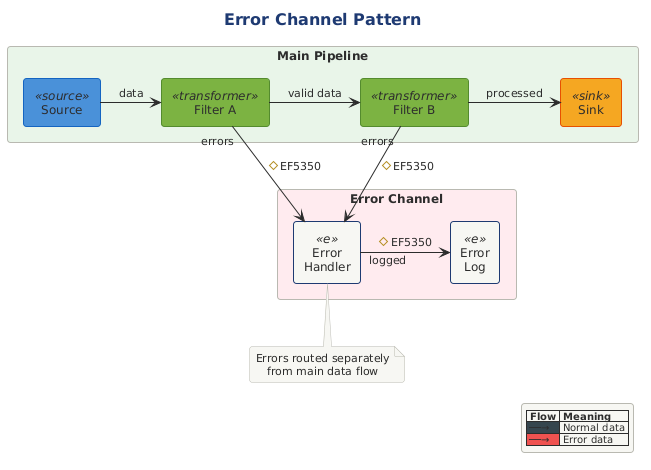
Before: src/architecture/views-and-beyond/style-catalogs/component-and-connector/pipe-and-filter-style/png/error-channel-pattern.png, a diagram exported from PlantUML (Notoriousjayy/latex-docs). Its diagram source:
```plantuml
@startuml

!$SOURCE_COLOR = "#4A90D9"
!$TRANSFORMER_COLOR = "#7CB342"
!$SINK_COLOR = "#F5A623"
!$SPLITTER_COLOR = "#00ACC1"
!$AGGREGATOR_COLOR = "#AB47BC"
!$ERROR_COLOR = "#EF5350"
!$TEE_COLOR = "#FF7043"
!$NEUTRAL_COLOR = "#455A64"

skinparam component {
    BackgroundColor #7CB342
    FontColor white
    BorderColor #558B2F
    BorderThickness 1
}

skinparam component<<source>> {
    BackgroundColor #4A90D9
    BorderColor #1565C0
}

skinparam component<<sink>> {
    BackgroundColor #F5A623
    BorderColor #E65100
}

skinparam component<<transformer>> {
    BackgroundColor #7CB342
    BorderColor #558B2F
}

skinparam component<<splitter>> {
    BackgroundColor #00ACC1
    BorderColor #00838F
}

skinparam component<<aggregator>> {
    BackgroundColor #AB47BC
    BorderColor #7B1FA2
}

skinparam component<<error>> {
    BackgroundColor #EF5350
    BorderColor #C62828
}

skinparam component<<tee>> {
    BackgroundColor #FF7043
    BorderColor #D84315
}

skinparam rectangle {
    BackgroundColor #FAFAFA
    BorderColor #90A4AE
    BorderThickness 1
}

skinparam package {
    BackgroundColor #F5F5F5
    BorderColor #666666
}

skinparam queue {
    BackgroundColor #FFF9C4
    BorderColor #F9A825
}




!include ../../../../../../tooling/styles/plantuml/structural/component-diagram-style.iuml

title Error Channel Pattern

rectangle "Main Pipeline" #E8F5E9 {
    [Source] <<source>> as Source
    [Filter A] <<transformer>> as FilterA
    [Filter B] <<transformer>> as FilterB
    [Sink] <<sink>> as Sink
}

rectangle "Error Channel" #FFEBEE {
    [Error\nHandler] <<e>> as ErrorHandler
    [Error\nLog] <<e>> as ErrorLog
}

Source -right-> FilterA : "data"
FilterA -right-> FilterB : "valid data"
FilterB -right-> Sink : "processed"

FilterA -down-> ErrorHandler : "errors" #EF5350
FilterB -down-> ErrorHandler : "errors" #EF5350
ErrorHandler -right-> ErrorLog : "logged" #EF5350

note bottom of ErrorHandler
    Errors routed separately
    from main data flow
end note

legend right
  |= Flow |= Meaning |
  | <#37474F> ──→ | Normal data |
  | <#EF5350> ──→ | Error data |
endlegend

@enduml
```
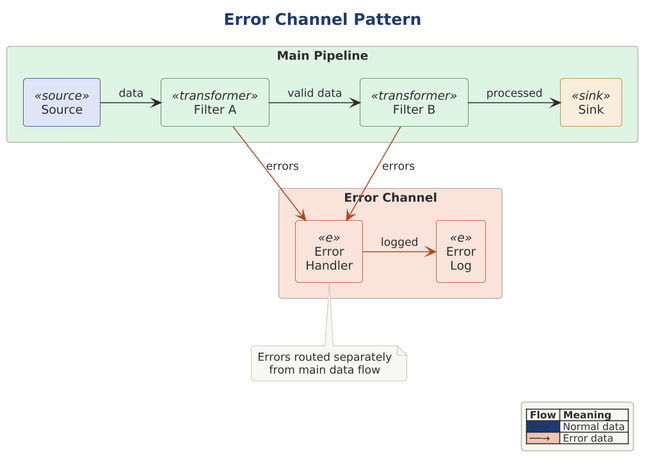
After the commit.

Diff of the diagram source:
```diff
@@ -1,87 +1,19 @@
 @startuml
-
-!$SOURCE_COLOR = "#4A90D9"
-!$TRANSFORMER_COLOR = "#7CB342"
-!$SINK_COLOR = "#F5A623"
-!$SPLITTER_COLOR = "#00ACC1"
-!$AGGREGATOR_COLOR = "#AB47BC"
-!$ERROR_COLOR = "#EF5350"
-!$TEE_COLOR = "#FF7043"
-!$NEUTRAL_COLOR = "#455A64"
-
-skinparam component {
-    BackgroundColor #7CB342
-    FontColor white
-    BorderColor #558B2F
-    BorderThickness 1
-}
-
-skinparam component<<source>> {
-    BackgroundColor #4A90D9
-    BorderColor #1565C0
-}
-
-skinparam component<<sink>> {
-    BackgroundColor #F5A623
-    BorderColor #E65100
-}
-
-skinparam component<<transformer>> {
-    BackgroundColor #7CB342
-    BorderColor #558B2F
-}
-
-skinparam component<<splitter>> {
-    BackgroundColor #00ACC1
-    BorderColor #00838F
-}
-
-skinparam component<<aggregator>> {
-    BackgroundColor #AB47BC
-    BorderColor #7B1FA2
-}
-
-skinparam component<<error>> {
-    BackgroundColor #EF5350
-    BorderColor #C62828
-}
-
-skinparam component<<tee>> {
-    BackgroundColor #FF7043
-    BorderColor #D84315
-}
-
-skinparam rectangle {
-    BackgroundColor #FAFAFA
-    BorderColor #90A4AE
-    BorderThickness 1
-}
-
-skinparam package {
-    BackgroundColor #F5F5F5
-    BorderColor #666666
-}
-
-skinparam queue {
-    BackgroundColor #FFF9C4
-    BorderColor #F9A825
-}
-
-
-
+skinparam dpi 150
 
 !include ../../../../../../tooling/styles/plantuml/structural/component-diagram-style.iuml
+!include pipe-and-filter-roles.iuml
 
 title Error Channel Pattern
 
-rectangle "Main Pipeline" #E8F5E9 {
+rectangle "Main Pipeline" $fill_ok {
     [Source] <<source>> as Source
     [Filter A] <<transformer>> as FilterA
     [Filter B] <<transformer>> as FilterB
     [Sink] <<sink>> as Sink
 }
 
-rectangle "Error Channel" #FFEBEE {
+rectangle "Error Channel" $fill_invalid {
     [Error\nHandler] <<e>> as ErrorHandler
     [Error\nLog] <<e>> as ErrorLog
 }
@@ -90,10 +22,9 @@
 FilterA -right-> FilterB : "valid data"
 FilterB -right-> Sink : "processed"
 
-FilterA -down-> ErrorHandler : "errors" #EF5350
-FilterB -down-> ErrorHandler : "errors" #EF5350
-ErrorHandler -right-> ErrorLog : "logged" #EF5350
-
+FilterA -[$line_invalid]down-> ErrorHandler : "errors"
+FilterB -[$line_invalid]down-> ErrorHandler : "errors"
+ErrorHandler -[$line_invalid]right-> ErrorLog : "logged"
 note bottom of ErrorHandler
     Errors routed separately
     from main data flow
@@ -101,8 +32,8 @@
 
 legend right
   |= Flow |= Meaning |
-  | <#37474F> ──→ | Normal data |
-  | <#EF5350> ──→ | Error data |
+  | <$line_primary> ──→ | Normal data |
+  | <$deep_invalid> ──→ | Error data |
 endlegend
 
 @enduml
```
